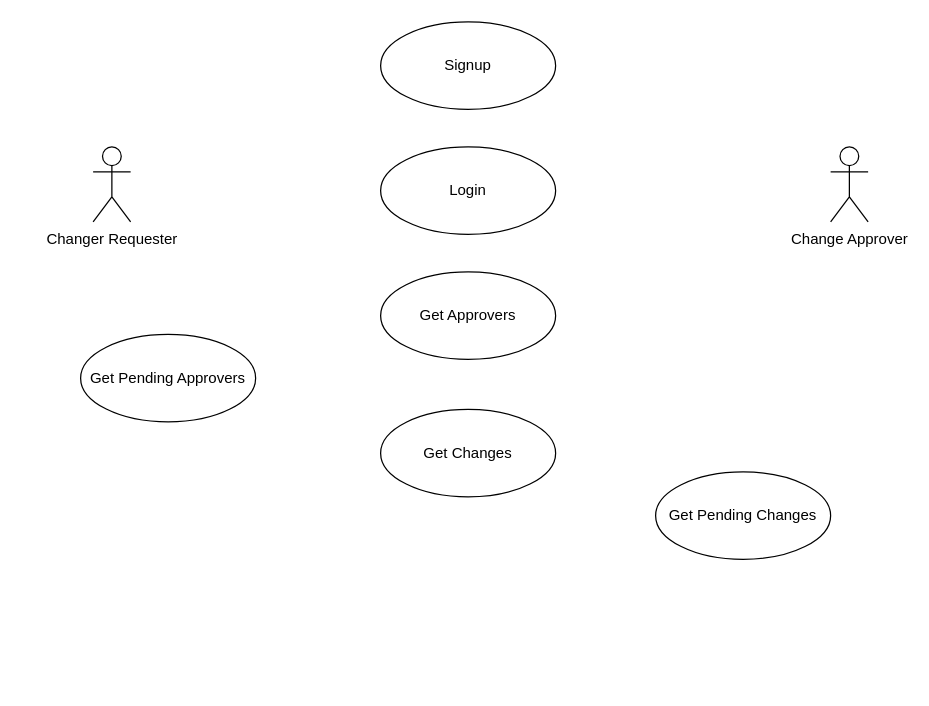
Before: usecases.drawio in ramonventoso/change-ticket-supporter, a draw.io diagram. Source tidied: cells renumbered, new cells numbered last; positions are measured from the earlier drawing's top-left corner, leaving out a move shared by most shapes. Both pictures are drawn from the tidied source at 125%, with x=0, y=0 at pixel (80, 21).
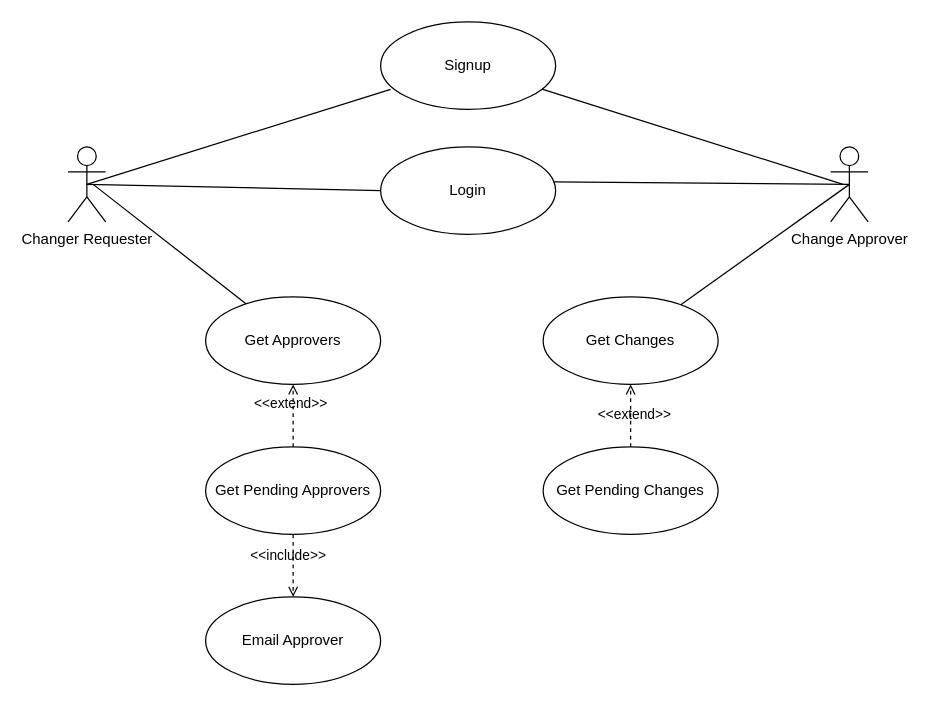
After the change.

The change refers to these unchanged cells:
```xml
<mxCell id="3" value="Signup" style="ellipse;whiteSpace=wrap;html=1;" parent="1" vertex="1">
  <mxGeometry x="240" width="140" height="70" as="geometry" />
</mxCell>
<mxCell id="4" value="Change Approver" style="shape=umlActor;verticalLabelPosition=bottom;verticalAlign=top;html=1;" parent="1" vertex="1">
  <mxGeometry x="600" y="100" width="30" height="60" as="geometry" />
</mxCell>
<mxCell id="5" value="Login" style="ellipse;whiteSpace=wrap;html=1;" parent="1" vertex="1">
  <mxGeometry x="240" y="100" width="140" height="70" as="geometry" />
</mxCell>
```

Change to the diagram source:
```diff
@@
     <mxCell id="2" value="Changer Requester" style="shape=umlActor;verticalLabelPosition=bottom;verticalAlign=top;html=1;" parent="1" vertex="1">
-      <mxGeometry x="10" y="100" width="30" height="60" as="geometry" />
+      <mxGeometry x="-10" y="100" width="30" height="60" as="geometry" />
     </mxCell>
@@
     <mxCell id="6" value="Get Approvers" style="ellipse;whiteSpace=wrap;html=1;" parent="1" vertex="1">
-      <mxGeometry x="240" y="200" width="140" height="70" as="geometry" />
+      <mxGeometry x="100" y="220" width="140" height="70" as="geometry" />
     </mxCell>
     <mxCell id="7" value="Get Changes" style="ellipse;whiteSpace=wrap;html=1;" parent="1" vertex="1">
-      <mxGeometry x="240" y="310" width="140" height="70" as="geometry" />
+      <mxGeometry x="370" y="220" width="140" height="70" as="geometry" />
     </mxCell>
     <mxCell id="8" value="Get Pending Approvers" style="ellipse;whiteSpace=wrap;html=1;" parent="1" vertex="1">
-      <mxGeometry y="250" width="140" height="70" as="geometry" />
+      <mxGeometry x="100" y="340" width="140" height="70" as="geometry" />
     </mxCell>
     <mxCell id="9" value="Get Pending Changes" style="ellipse;whiteSpace=wrap;html=1;" parent="1" vertex="1">
-      <mxGeometry x="460" y="360" width="140" height="70" as="geometry" />
+      <mxGeometry x="370" y="340" width="140" height="70" as="geometry" />
     </mxCell>
+    <mxCell id="10" style="endArrow=none;html=1;exitX=0.5;exitY=0.5;exitDx=0;exitDy=0;entryX=0;entryY=0.5;entryDx=0;entryDy=0;exitPerimeter=0;" parent="1" edge="1" source="2" target="5">
+      <mxGeometry relative="1" as="geometry" />
+    </mxCell>
+    <mxCell id="11" style="endArrow=none;html=1;" parent="1" edge="1" target="6">
+      <mxGeometry relative="1" as="geometry">
+        <mxPoint x="10" y="130" as="sourcePoint" />
+      </mxGeometry>
+    </mxCell>
+    <mxCell id="12" style="endArrow=none;html=1;exitX=0.5;exitY=0.5;exitDx=0;exitDy=0;entryX=0.057;entryY=0.771;entryDx=0;entryDy=0;exitPerimeter=0;entryPerimeter=0;" parent="1" edge="1" source="2" target="3">
+      <mxGeometry relative="1" as="geometry" />
+    </mxCell>
+    <mxCell id="13" style="endArrow=none;html=1;entryX=0.5;entryY=0.5;entryDx=0;entryDy=0;entryPerimeter=0;" parent="1" edge="1" source="7" target="4">
+      <mxGeometry relative="1" as="geometry" />
+    </mxCell>
+    <mxCell id="14" style="endArrow=none;html=1;" parent="1" edge="1" source="3">
+      <mxGeometry relative="1" as="geometry">
+        <mxPoint x="610" y="130" as="targetPoint" />
+      </mxGeometry>
+    </mxCell>
+    <mxCell id="15" style="endArrow=none;html=1;exitX=0.986;exitY=0.4;exitDx=0;exitDy=0;entryX=0.5;entryY=0.5;entryDx=0;entryDy=0;exitPerimeter=0;entryPerimeter=0;" parent="1" edge="1" source="5" target="4">
+      <mxGeometry relative="1" as="geometry" />
+    </mxCell>
+    <mxCell id="16" value="&amp;lt;&amp;lt;include&amp;gt;&amp;gt;" style="html=1;verticalAlign=bottom;labelBackgroundColor=none;endArrow=open;endFill=0;dashed=1;exitX=0.5;exitY=1;exitDx=0;exitDy=0;entryX=0.5;entryY=0;entryDx=0;entryDy=0;" parent="1" edge="1" source="8" target="17">
+      <mxGeometry x="0.05" y="-4" relative="1" as="geometry" />
+    </mxCell>
+    <mxCell id="17" value="Email Approver&lt;br&gt;" style="ellipse;whiteSpace=wrap;html=1;" parent="1" vertex="1">
+      <mxGeometry x="100" y="460" width="140" height="70" as="geometry" />
+    </mxCell>
+    <mxCell id="18" value="&amp;lt;&amp;lt;extend&amp;gt;&amp;gt;" style="html=1;verticalAlign=bottom;labelBackgroundColor=none;endArrow=open;endFill=0;dashed=1;exitX=0.5;exitY=0;exitDx=0;exitDy=0;entryX=0.5;entryY=1;entryDx=0;entryDy=0;" parent="1" edge="1" source="8" target="6">
+      <mxGeometry x="0.03" y="1" relative="1" as="geometry">
+        <mxPoint x="-1" as="offset" />
+      </mxGeometry>
+    </mxCell>
+    <mxCell id="19" value="&amp;lt;&amp;lt;extend&amp;gt;&amp;gt;" style="html=1;verticalAlign=bottom;labelBackgroundColor=none;endArrow=open;endFill=0;dashed=1;exitX=0.5;exitY=0;exitDx=0;exitDy=0;entryX=0.5;entryY=1;entryDx=0;entryDy=0;" parent="1" edge="1" source="9" target="7">
+      <mxGeometry x="-0.31" y="-3" relative="1" as="geometry" />
+    </mxCell>
```
